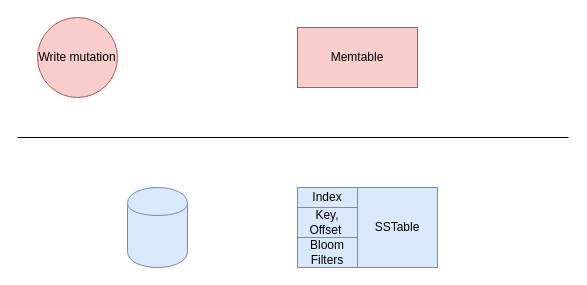
zhangwm1987/mydraw_io keeps this draw.io diagram as page "Page-2" (2 of 2) of cassandra_learn.drawio. Above is the earlier version. Source tidied: cells renumbered, new cells numbered last; positions are measured from the earlier drawing's top-left corner, leaving out a move shared by most shapes. Both pictures are drawn from the tidied source at 100%, with x=0, y=0 at pixel (17, 17).
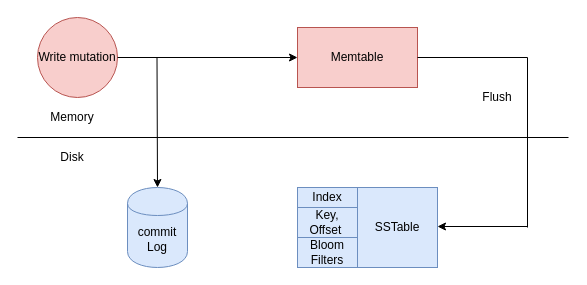
After the change.

Unchanged cells that the change refers to:
```xml
<mxCell id="5" value="Memtable" style="rounded=0;whiteSpace=wrap;html=1;fillColor=#f8cecc;strokeColor=#b85450;" parent="1" vertex="1">
  <mxGeometry x="280" y="10" width="120" height="60" as="geometry" />
</mxCell>
```

The edit, as a diff of the source:
```diff
@@
-    <mxCell id="3" style="shape=cylinder;whiteSpace=wrap;html=1;boundedLbl=1;backgroundOutline=1;fillColor=#dae8fc;strokeColor=#6c8ebf;" parent="1" vertex="1">
+    <mxCell id="3" value="commit&lt;br&gt;Log&lt;br&gt;" style="shape=cylinder;whiteSpace=wrap;html=1;boundedLbl=1;backgroundOutline=1;fillColor=#dae8fc;strokeColor=#6c8ebf;" parent="1" vertex="1">
       <mxGeometry x="110" y="170" width="60" height="80" as="geometry" />
     </mxCell>
@@
+    <mxCell id="10" style="endArrow=classic;html=1;strokeColor=#000000;entryX=0;entryY=0.5;entryDx=0;entryDy=0;" parent="1" edge="1" target="5">
+      <mxGeometry relative="1" as="geometry">
+        <mxPoint x="100" y="40" as="sourcePoint" />
+      </mxGeometry>
+    </mxCell>
+    <mxCell id="11" style="endArrow=classic;html=1;strokeColor=#000000;entryX=0.5;entryY=0;entryDx=0;entryDy=0;" parent="1" edge="1" target="3">
+      <mxGeometry relative="1" as="geometry">
+        <mxPoint x="139.5" y="40" as="sourcePoint" />
+      </mxGeometry>
+    </mxCell>
+    <mxCell id="12" style="endArrow=none;html=1;strokeColor=#000000;" parent="1" edge="1">
+      <mxGeometry relative="1" as="geometry">
+        <mxPoint x="400" y="40" as="sourcePoint" />
+        <mxPoint x="510" y="40" as="targetPoint" />
+      </mxGeometry>
+    </mxCell>
+    <mxCell id="13" style="endArrow=none;html=1;strokeColor=#000000;" parent="1" edge="1">
+      <mxGeometry relative="1" as="geometry">
+        <mxPoint x="510" y="210" as="sourcePoint" />
+        <mxPoint x="510" y="40" as="targetPoint" />
+      </mxGeometry>
+    </mxCell>
+    <mxCell id="14" style="endArrow=classic;html=1;strokeColor=#000000;" parent="1" edge="1">
+      <mxGeometry relative="1" as="geometry">
+        <mxPoint x="510" y="209" as="sourcePoint" />
+        <mxPoint x="420" y="209" as="targetPoint" />
+      </mxGeometry>
+    </mxCell>
+    <mxCell id="15" value="Memory&lt;br&gt;" style="text;html=1;strokeColor=none;fillColor=none;align=center;verticalAlign=middle;whiteSpace=wrap;rounded=0;" parent="1" vertex="1">
+      <mxGeometry x="10" y="90" width="90" height="20" as="geometry" />
+    </mxCell>
+    <mxCell id="16" value="Disk&lt;br&gt;" style="text;html=1;strokeColor=none;fillColor=none;align=center;verticalAlign=middle;whiteSpace=wrap;rounded=0;" parent="1" vertex="1">
+      <mxGeometry x="10" y="130" width="90" height="20" as="geometry" />
+    </mxCell>
+    <mxCell id="17" value="Flush" style="text;html=1;strokeColor=none;fillColor=none;align=center;verticalAlign=middle;whiteSpace=wrap;rounded=0;" parent="1" vertex="1">
+      <mxGeometry x="450" y="70" width="60" height="20" as="geometry" />
+    </mxCell>
```
